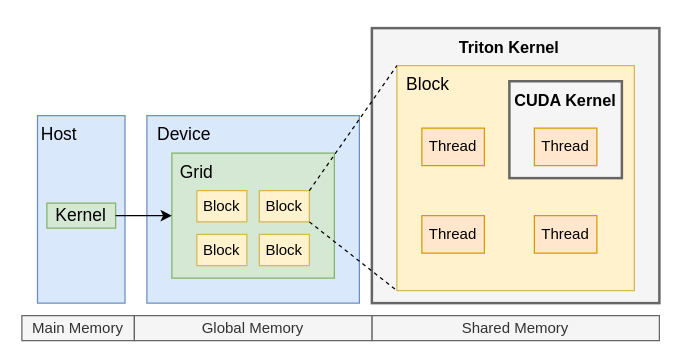
This is Drafts/triton-mod.drawio from xrysamuel/my-drawio, a draw.io file, before an edit. Source tidied: cells renumbered, new cells numbered last; positions are measured from the earlier drawing's top-left corner, leaving out a move shared by most shapes. Both pictures are drawn from the tidied source at 125%, with x=0, y=0 at pixel (21, 28).
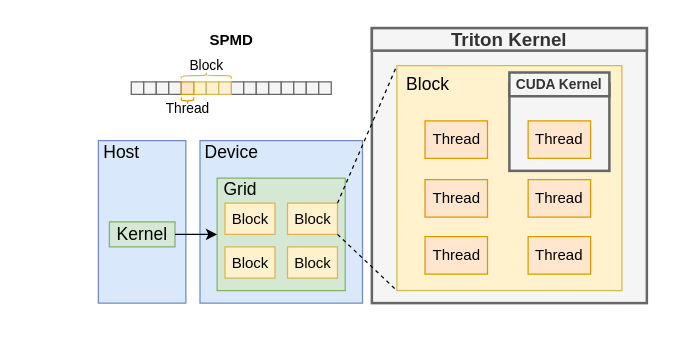
Above is the later version.

Change to the diagram source:
```diff
@@
-    <mxCell id="2" style="rounded=0;whiteSpace=wrap;html=1;fillColor=#f5f5f5;fontColor=#333333;strokeColor=#666666;strokeWidth=2;" parent="1" vertex="1">
-      <mxGeometry x="280" width="230" height="220" as="geometry" />
+    <mxCell id="2" style="rounded=0;whiteSpace=wrap;html=1;fillColor=#f5f5f5;fontColor=#333333;strokeColor=#666666;strokeWidth=2;fillStyle=auto;" parent="1" vertex="1">
+      <mxGeometry x="280" width="220" height="220" as="geometry" />
     </mxCell>
-    <mxCell id="3" value="Shared Memory" style="rounded=0;whiteSpace=wrap;html=1;fillColor=#f5f5f5;fontColor=#333333;strokeColor=#666666;" parent="1" vertex="1">
-      <mxGeometry x="280" y="230" width="230" height="20" as="geometry" />
-    </mxCell>
-    <mxCell id="4" value="Main Memory" style="rounded=0;whiteSpace=wrap;html=1;fillColor=#f5f5f5;fontColor=#333333;strokeColor=#666666;" parent="1" vertex="1">
-      <mxGeometry y="230" width="90" height="20" as="geometry" />
-    </mxCell>
-    <mxCell id="5" value="Global Memory" style="rounded=0;whiteSpace=wrap;html=1;fillColor=#f5f5f5;fontColor=#333333;strokeColor=#666666;" parent="1" vertex="1">
-      <mxGeometry x="90" y="230" width="190" height="20" as="geometry" />
-    </mxCell>
     <mxCell id="6" style="rounded=0;whiteSpace=wrap;html=1;fillColor=#dae8fc;strokeColor=#6c8ebf;" parent="1" vertex="1">
-      <mxGeometry x="100" y="70" width="170" height="150" as="geometry" />
+      <mxGeometry x="142.5" y="90" width="130" height="130" as="geometry" />
     </mxCell>
     <mxCell id="7" style="rounded=0;whiteSpace=wrap;html=1;fillColor=#dae8fc;strokeColor=#6c8ebf;" parent="1" vertex="1">
-      <mxGeometry x="12.5" y="70" width="70" height="150" as="geometry" />
+      <mxGeometry x="61.2" y="90" width="70" height="130" as="geometry" />
     </mxCell>
     <mxCell id="8" value="Host" style="text;html=1;align=center;verticalAlign=middle;whiteSpace=wrap;rounded=0;fontSize=14;" parent="1" vertex="1">
-      <mxGeometry y="70" width="60" height="30" as="geometry" />
+      <mxGeometry x="49.5" y="84" width="60" height="30" as="geometry" />
     </mxCell>
     <mxCell id="9" value="&lt;font style=&quot;font-size: 14px;&quot;&gt;Kernel&lt;/font&gt;" style="rounded=0;whiteSpace=wrap;html=1;fillColor=#d5e8d4;strokeColor=#82b366;fontSize=14;" parent="1" vertex="1">
-      <mxGeometry x="20" y="140" width="55" height="20" as="geometry" />
+      <mxGeometry x="70" y="155" width="52.5" height="20" as="geometry" />
     </mxCell>
     <mxCell id="10" style="rounded=0;whiteSpace=wrap;html=1;fillColor=#d5e8d4;strokeColor=#82b366;" parent="1" vertex="1">
-      <mxGeometry x="120" y="100" width="130" height="100" as="geometry" />
+      <mxGeometry x="156.2" y="120" width="102.5" height="90" as="geometry" />
     </mxCell>
     <mxCell id="11" value="Device" style="text;html=1;align=center;verticalAlign=middle;whiteSpace=wrap;rounded=0;fontSize=14;" parent="1" vertex="1">
-      <mxGeometry x="100" y="70" width="60" height="30" as="geometry" />
+      <mxGeometry x="137.5" y="84" width="60" height="30" as="geometry" />
     </mxCell>
     <mxCell id="12" value="Grid" style="text;html=1;align=center;verticalAlign=middle;whiteSpace=wrap;rounded=0;fontSize=14;" parent="1" vertex="1">
-      <mxGeometry x="110" y="100" width="60" height="30" as="geometry" />
+      <mxGeometry x="145" y="114.2" width="60" height="30" as="geometry" />
     </mxCell>
     <mxCell id="13" value="Block" style="rounded=0;whiteSpace=wrap;html=1;fillColor=#fff2cc;strokeColor=#d6b656;" parent="1" vertex="1">
-      <mxGeometry x="190" y="130" width="40" height="25" as="geometry" />
+      <mxGeometry x="212.5" y="140" width="40" height="25" as="geometry" />
     </mxCell>
@@
     <mxCell id="15" style="rounded=0;whiteSpace=wrap;html=1;fillColor=#fff2cc;strokeColor=#d6b656;" parent="1" vertex="1">
-      <mxGeometry x="300" y="30" width="190" height="180" as="geometry" />
+      <mxGeometry x="300" y="30" width="180" height="180" as="geometry" />
     </mxCell>
@@
     <mxCell id="19" value="Block" style="rounded=0;whiteSpace=wrap;html=1;fillColor=#fff2cc;strokeColor=#d6b656;" parent="1" vertex="1">
-      <mxGeometry x="190" y="165" width="40" height="25" as="geometry" />
+      <mxGeometry x="212.5" y="175" width="40" height="25" as="geometry" />
     </mxCell>
     <mxCell id="20" value="Block" style="rounded=0;whiteSpace=wrap;html=1;fillColor=#fff2cc;strokeColor=#d6b656;" parent="1" vertex="1">
-      <mxGeometry x="140" y="165" width="40" height="25" as="geometry" />
+      <mxGeometry x="162.5" y="175" width="40" height="25" as="geometry" />
     </mxCell>
     <mxCell id="21" value="Block" style="rounded=0;whiteSpace=wrap;html=1;fillColor=#fff2cc;strokeColor=#d6b656;" parent="1" vertex="1">
-      <mxGeometry x="140" y="130" width="40" height="25" as="geometry" />
+      <mxGeometry x="162.5" y="140" width="40" height="25" as="geometry" />
     </mxCell>
     <mxCell id="22" value="Thread" style="rounded=0;whiteSpace=wrap;html=1;fillColor=#ffe6cc;strokeColor=#d79b00;" parent="1" vertex="1">
-      <mxGeometry x="320" y="80" width="50" height="30" as="geometry" />
+      <mxGeometry x="322.5" y="74.2" width="50" height="30" as="geometry" />
     </mxCell>
     <mxCell id="23" value="Thread" style="rounded=0;whiteSpace=wrap;html=1;fillColor=#ffe6cc;strokeColor=#d79b00;" parent="1" vertex="1">
-      <mxGeometry x="320" y="150" width="50" height="30" as="geometry" />
+      <mxGeometry x="322.5" y="121.2" width="50" height="30" as="geometry" />
     </mxCell>
     <mxCell id="24" value="Thread" style="rounded=0;whiteSpace=wrap;html=1;fillColor=#ffe6cc;strokeColor=#d79b00;" parent="1" vertex="1">
-      <mxGeometry x="410" y="150" width="50" height="30" as="geometry" />
+      <mxGeometry x="405" y="121.2" width="50" height="30" as="geometry" />
     </mxCell>
-    <mxCell id="25" style="rounded=0;whiteSpace=wrap;html=1;fillColor=#f5f5f5;fontColor=#333333;strokeColor=#666666;strokeWidth=2;" parent="1" vertex="1">
-      <mxGeometry x="390" y="42.5" width="90" height="77.5" as="geometry" />
+    <mxCell id="25" style="rounded=0;whiteSpace=wrap;html=1;fillColor=#f5f5f5;fontColor=#333333;strokeColor=#666666;strokeWidth=2;fillStyle=auto;" parent="1" vertex="1">
+      <mxGeometry x="390" y="44.2" width="80" height="70" as="geometry" />
     </mxCell>
     <mxCell id="26" value="Thread" style="rounded=0;whiteSpace=wrap;html=1;fillColor=#ffe6cc;strokeColor=#d79b00;" parent="1" vertex="1">
-      <mxGeometry x="410" y="80" width="50" height="30" as="geometry" />
+      <mxGeometry x="405" y="74.2" width="50" height="30" as="geometry" />
     </mxCell>
-    <mxCell id="27" value="Triton Kernel" style="text;html=1;align=center;verticalAlign=middle;whiteSpace=wrap;rounded=0;fontSize=13;fontStyle=1;" parent="1" vertex="1">
-      <mxGeometry x="340" width="100" height="30" as="geometry" />
+    <mxCell id="27" value="Triton Kernel" style="text;html=1;align=center;verticalAlign=middle;whiteSpace=wrap;rounded=0;fontSize=15;fontStyle=1;fillColor=#f5f5f5;fontColor=#333333;strokeColor=#666666;strokeWidth=2;" parent="1" vertex="1">
+      <mxGeometry x="280" width="220" height="18" as="geometry" />
     </mxCell>
@@
-    <mxCell id="29" value="CUDA Kernel" style="text;html=1;align=center;verticalAlign=middle;whiteSpace=wrap;rounded=0;fontSize=13;fontStyle=1;" parent="1" vertex="1">
-      <mxGeometry x="385" y="42.5" width="100" height="30" as="geometry" />
+    <mxCell id="29" value="CUDA Kernel" style="text;html=1;align=center;verticalAlign=middle;whiteSpace=wrap;rounded=0;fontSize=11;fontStyle=1;fillColor=#f5f5f5;fontColor=#333333;strokeColor=#666666;strokeWidth=2;" parent="1" vertex="1">
+      <mxGeometry x="390" y="35.5" width="80" height="19" as="geometry" />
     </mxCell>
+    <mxCell id="30" style="rounded=0;whiteSpace=wrap;html=1;fillColor=#fff2cc;strokeColor=#d6b656;" parent="1" vertex="1">
+      <mxGeometry x="137.5" y="43" width="10" height="10" as="geometry" />
+    </mxCell>
+    <mxCell id="31" style="rounded=0;whiteSpace=wrap;html=1;fillColor=#fff2cc;strokeColor=#d6b656;" parent="1" vertex="1">
+      <mxGeometry x="147.5" y="43" width="10" height="10" as="geometry" />
+    </mxCell>
+    <mxCell id="32" style="rounded=0;whiteSpace=wrap;html=1;fillColor=#f5f5f5;fontColor=#333333;strokeColor=#666666;" parent="1" vertex="1">
+      <mxGeometry x="167.5" y="43" width="10" height="10" as="geometry" />
+    </mxCell>
+    <mxCell id="33" style="rounded=0;whiteSpace=wrap;html=1;fillColor=#f5f5f5;fontColor=#333333;strokeColor=#666666;" parent="1" vertex="1">
+      <mxGeometry x="177.5" y="43" width="10" height="10" as="geometry" />
+    </mxCell>
+    <mxCell id="34" style="rounded=0;whiteSpace=wrap;html=1;fillColor=#f5f5f5;fontColor=#333333;strokeColor=#666666;" parent="1" vertex="1">
+      <mxGeometry x="187.5" y="43" width="10" height="10" as="geometry" />
+    </mxCell>
+    <mxCell id="35" style="rounded=0;whiteSpace=wrap;html=1;fillColor=#f5f5f5;fontColor=#333333;strokeColor=#666666;" parent="1" vertex="1">
+      <mxGeometry x="197.5" y="43" width="10" height="10" as="geometry" />
+    </mxCell>
+    <mxCell id="36" style="rounded=0;whiteSpace=wrap;html=1;fillColor=#f5f5f5;fontColor=#333333;strokeColor=#666666;" parent="1" vertex="1">
+      <mxGeometry x="207.5" y="43" width="10" height="10" as="geometry" />
+    </mxCell>
+    <mxCell id="37" style="rounded=0;whiteSpace=wrap;html=1;fillColor=#f5f5f5;fontColor=#333333;strokeColor=#666666;" parent="1" vertex="1">
+      <mxGeometry x="217.5" y="43" width="10" height="10" as="geometry" />
+    </mxCell>
+    <mxCell id="38" style="rounded=0;whiteSpace=wrap;html=1;fillColor=#f5f5f5;fontColor=#333333;strokeColor=#666666;" parent="1" vertex="1">
+      <mxGeometry x="227.5" y="43" width="10" height="10" as="geometry" />
+    </mxCell>
+    <mxCell id="39" style="rounded=0;whiteSpace=wrap;html=1;fillColor=#f5f5f5;fontColor=#333333;strokeColor=#666666;" parent="1" vertex="1">
+      <mxGeometry x="237.5" y="43" width="10" height="10" as="geometry" />
+    </mxCell>
+    <mxCell id="40" style="rounded=0;whiteSpace=wrap;html=1;fillColor=#f5f5f5;fontColor=#333333;strokeColor=#666666;" parent="1" vertex="1">
+      <mxGeometry x="87.5" y="43" width="10" height="10" as="geometry" />
+    </mxCell>
+    <mxCell id="41" style="rounded=0;whiteSpace=wrap;html=1;fillColor=#f5f5f5;fontColor=#333333;strokeColor=#666666;" parent="1" vertex="1">
+      <mxGeometry x="97.5" y="43" width="10" height="10" as="geometry" />
+    </mxCell>
+    <mxCell id="42" style="rounded=0;whiteSpace=wrap;html=1;fillColor=#f5f5f5;fontColor=#333333;strokeColor=#666666;" parent="1" vertex="1">
+      <mxGeometry x="107.5" y="43" width="10" height="10" as="geometry" />
+    </mxCell>
+    <mxCell id="43" style="rounded=0;whiteSpace=wrap;html=1;fillColor=#f5f5f5;fontColor=#333333;strokeColor=#666666;" parent="1" vertex="1">
+      <mxGeometry x="117.5" y="43" width="10" height="10" as="geometry" />
+    </mxCell>
+    <mxCell id="44" style="shape=curlyBracket;whiteSpace=wrap;html=1;rounded=1;flipH=1;labelPosition=right;verticalLabelPosition=middle;align=left;verticalAlign=middle;rotation=-90;fillColor=#fff2cc;strokeColor=#d6b656;" parent="1" vertex="1">
+      <mxGeometry x="145" y="18" width="5" height="40" as="geometry" />
+    </mxCell>
+    <mxCell id="45" value="Block" style="text;html=1;align=center;verticalAlign=middle;whiteSpace=wrap;rounded=0;fillColor=none;fontSize=11;" parent="1" vertex="1">
+      <mxGeometry x="117.5" y="25" width="60" height="10" as="geometry" />
+    </mxCell>
+    <mxCell id="46" style="shape=curlyBracket;whiteSpace=wrap;html=1;rounded=1;flipH=1;labelPosition=right;verticalLabelPosition=middle;align=left;verticalAlign=middle;rotation=90;fillColor=#ffe6cc;strokeColor=#d79b00;" parent="1" vertex="1">
+      <mxGeometry x="130" y="53" width="5" height="10" as="geometry" />
+    </mxCell>
+    <mxCell id="47" value="Thread" style="text;html=1;align=center;verticalAlign=middle;whiteSpace=wrap;rounded=0;fillColor=none;fontSize=11;" parent="1" vertex="1">
+      <mxGeometry x="102.5" y="59" width="60" height="10" as="geometry" />
+    </mxCell>
+    <mxCell id="48" style="rounded=0;whiteSpace=wrap;html=1;fillColor=#ffe6cc;strokeColor=#d79b00;" parent="1" vertex="1">
+      <mxGeometry x="127.5" y="43" width="10" height="10" as="geometry" />
+    </mxCell>
+    <mxCell id="49" style="rounded=0;whiteSpace=wrap;html=1;fillColor=#fff2cc;strokeColor=#d6b656;" parent="1" vertex="1">
+      <mxGeometry x="157.5" y="43" width="10" height="10" as="geometry" />
+    </mxCell>
+    <mxCell id="50" value="SPMD" style="text;html=1;align=center;verticalAlign=middle;whiteSpace=wrap;rounded=0;fontStyle=1;" parent="1" vertex="1">
+      <mxGeometry x="137.5" y="-5" width="60" height="30" as="geometry" />
+    </mxCell>
+    <mxCell id="51" value="Thread" style="rounded=0;whiteSpace=wrap;html=1;fillColor=#ffe6cc;strokeColor=#d79b00;" parent="1" vertex="1">
+      <mxGeometry x="405" y="166.8" width="50" height="30" as="geometry" />
+    </mxCell>
+    <mxCell id="52" value="Thread" style="rounded=0;whiteSpace=wrap;html=1;fillColor=#ffe6cc;strokeColor=#d79b00;" parent="1" vertex="1">
+      <mxGeometry x="322.5" y="166.8" width="50" height="30" as="geometry" />
+    </mxCell>
```
